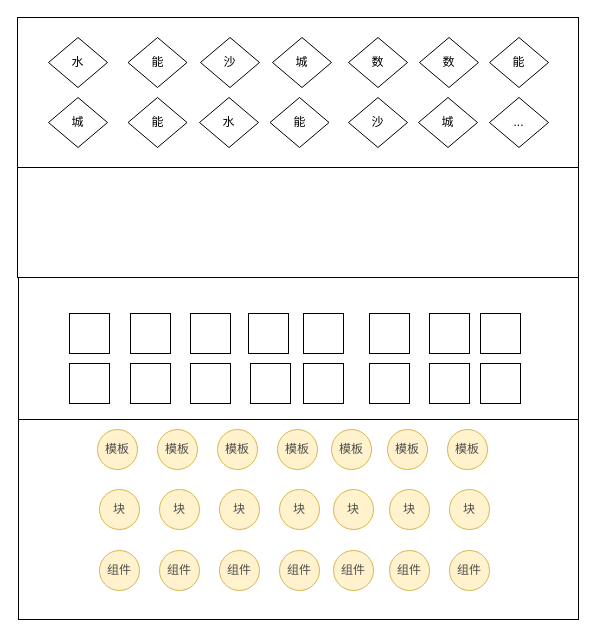
tangyaosimida/love keeps this draw.io diagram as 低代码—预期项目架构.drawio. Above is the earlier version. Source tidied: cells renumbered, new cells numbered last; positions are measured from the earlier drawing's top-left corner, leaving out a move shared by most shapes. Both pictures are drawn from the tidied source at 100%, with x=0, y=0 at pixel (17, 17).
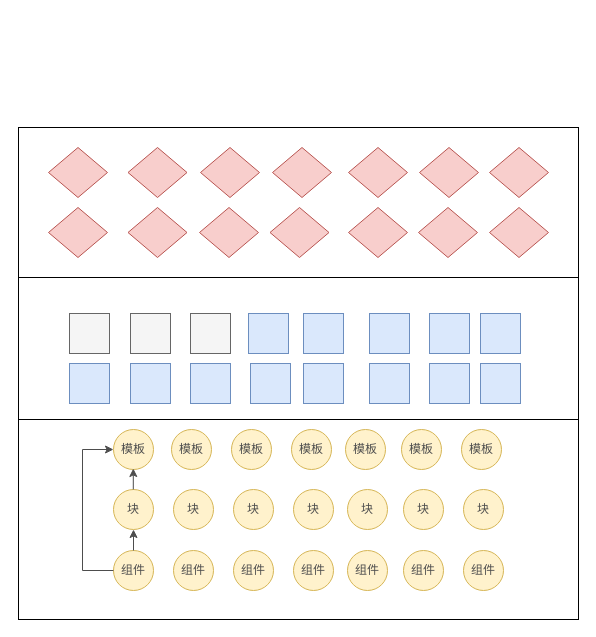
After the change.

Commit message (it also covers changes not shown here):
更新低代码—预期项目架构.drawio

Change to the diagram source:
```diff
@@
     <mxCell id="3" style="rounded=0;whiteSpace=wrap;html=1;" parent="1" vertex="1">
-      <mxGeometry width="561" height="150" as="geometry" />
+      <mxGeometry x="1" y="110" width="560" height="150" as="geometry" />
     </mxCell>
@@
     <mxCell id="5" value="组件" style="ellipse;whiteSpace=wrap;html=1;fillColor=#fff2cc;strokeColor=#d6b656;fontColor=#4D4D4D;" parent="1" vertex="1">
-      <mxGeometry x="82" y="533" width="40" height="40" as="geometry" />
+      <mxGeometry x="96" y="533" width="40" height="40" as="geometry" />
     </mxCell>
     <mxCell id="6" value="组件" style="ellipse;whiteSpace=wrap;html=1;fillColor=#fff2cc;strokeColor=#d6b656;fontColor=#4D4D4D;" parent="1" vertex="1">
-      <mxGeometry x="142" y="533" width="40" height="40" as="geometry" />
+      <mxGeometry x="156" y="533" width="40" height="40" as="geometry" />
     </mxCell>
     <mxCell id="7" value="组件" style="ellipse;whiteSpace=wrap;html=1;fillColor=#fff2cc;strokeColor=#d6b656;fontColor=#4D4D4D;" parent="1" vertex="1">
-      <mxGeometry x="202" y="533" width="40" height="40" as="geometry" />
+      <mxGeometry x="216" y="533" width="40" height="40" as="geometry" />
     </mxCell>
     <mxCell id="8" value="组件" style="ellipse;whiteSpace=wrap;html=1;fillColor=#fff2cc;strokeColor=#d6b656;fontColor=#4D4D4D;" parent="1" vertex="1">
-      <mxGeometry x="262" y="533" width="40" height="40" as="geometry" />
+      <mxGeometry x="276" y="533" width="40" height="40" as="geometry" />
     </mxCell>
     <mxCell id="9" value="组件" style="ellipse;whiteSpace=wrap;html=1;fillColor=#fff2cc;strokeColor=#d6b656;fontColor=#4D4D4D;" parent="1" vertex="1">
-      <mxGeometry x="316" y="533" width="40" height="40" as="geometry" />
+      <mxGeometry x="330" y="533" width="40" height="40" as="geometry" />
     </mxCell>
     <mxCell id="10" value="组件" style="ellipse;whiteSpace=wrap;html=1;fillColor=#fff2cc;strokeColor=#d6b656;fontColor=#4D4D4D;" parent="1" vertex="1">
-      <mxGeometry x="372" y="533" width="40" height="40" as="geometry" />
+      <mxGeometry x="386" y="533" width="40" height="40" as="geometry" />
     </mxCell>
     <mxCell id="11" value="组件" style="ellipse;whiteSpace=wrap;html=1;fillColor=#fff2cc;strokeColor=#d6b656;fontColor=#4D4D4D;" parent="1" vertex="1">
-      <mxGeometry x="432" y="533" width="40" height="40" as="geometry" />
+      <mxGeometry x="446" y="533" width="40" height="40" as="geometry" />
     </mxCell>
     <mxCell id="12" value="块" style="ellipse;whiteSpace=wrap;html=1;fillColor=#fff2cc;strokeColor=#d6b656;fontColor=#4D4D4D;" parent="1" vertex="1">
-      <mxGeometry x="82" y="472" width="40" height="40" as="geometry" />
+      <mxGeometry x="96" y="472" width="40" height="40" as="geometry" />
     </mxCell>
     <mxCell id="13" value="块" style="ellipse;whiteSpace=wrap;html=1;fillColor=#fff2cc;strokeColor=#d6b656;fontColor=#4D4D4D;" parent="1" vertex="1">
-      <mxGeometry x="142" y="472" width="40" height="40" as="geometry" />
+      <mxGeometry x="156" y="472" width="40" height="40" as="geometry" />
     </mxCell>
     <mxCell id="14" value="块" style="ellipse;whiteSpace=wrap;html=1;fillColor=#fff2cc;strokeColor=#d6b656;fontColor=#4D4D4D;" parent="1" vertex="1">
-      <mxGeometry x="202" y="472" width="40" height="40" as="geometry" />
+      <mxGeometry x="216" y="472" width="40" height="40" as="geometry" />
     </mxCell>
     <mxCell id="15" value="块" style="ellipse;whiteSpace=wrap;html=1;fillColor=#fff2cc;strokeColor=#d6b656;fontColor=#4D4D4D;" parent="1" vertex="1">
-      <mxGeometry x="262" y="472" width="40" height="40" as="geometry" />
+      <mxGeometry x="276" y="472" width="40" height="40" as="geometry" />
     </mxCell>
     <mxCell id="16" value="块" style="ellipse;whiteSpace=wrap;html=1;fillColor=#fff2cc;strokeColor=#d6b656;fontColor=#4D4D4D;" parent="1" vertex="1">
-      <mxGeometry x="316" y="472" width="40" height="40" as="geometry" />
+      <mxGeometry x="330" y="472" width="40" height="40" as="geometry" />
     </mxCell>
     <mxCell id="17" value="块" style="ellipse;whiteSpace=wrap;html=1;fillColor=#fff2cc;strokeColor=#d6b656;fontColor=#4D4D4D;" parent="1" vertex="1">
-      <mxGeometry x="372" y="472" width="40" height="40" as="geometry" />
+      <mxGeometry x="386" y="472" width="40" height="40" as="geometry" />
     </mxCell>
     <mxCell id="18" value="块" style="ellipse;whiteSpace=wrap;html=1;fillColor=#fff2cc;strokeColor=#d6b656;fontColor=#4D4D4D;" parent="1" vertex="1">
-      <mxGeometry x="432" y="472" width="40" height="40" as="geometry" />
+      <mxGeometry x="446" y="472" width="40" height="40" as="geometry" />
     </mxCell>
     <mxCell id="19" value="模板" style="ellipse;whiteSpace=wrap;html=1;fillColor=#fff2cc;strokeColor=#d6b656;fontColor=#4D4D4D;" parent="1" vertex="1">
-      <mxGeometry x="80" y="412" width="40" height="40" as="geometry" />
+      <mxGeometry x="96" y="412" width="40" height="40" as="geometry" />
     </mxCell>
     <mxCell id="20" value="模板" style="ellipse;whiteSpace=wrap;html=1;fillColor=#fff2cc;strokeColor=#d6b656;fontColor=#4D4D4D;" parent="1" vertex="1">
-      <mxGeometry x="140" y="412" width="40" height="40" as="geometry" />
+      <mxGeometry x="154" y="412" width="40" height="40" as="geometry" />
     </mxCell>
     <mxCell id="21" value="模板" style="ellipse;whiteSpace=wrap;html=1;fillColor=#fff2cc;strokeColor=#d6b656;fontColor=#4D4D4D;" parent="1" vertex="1">
-      <mxGeometry x="200" y="412" width="40" height="40" as="geometry" />
+      <mxGeometry x="214" y="412" width="40" height="40" as="geometry" />
     </mxCell>
     <mxCell id="22" value="模板" style="ellipse;whiteSpace=wrap;html=1;fillColor=#fff2cc;strokeColor=#d6b656;fontColor=#4D4D4D;" parent="1" vertex="1">
-      <mxGeometry x="260" y="412" width="40" height="40" as="geometry" />
+      <mxGeometry x="274" y="412" width="40" height="40" as="geometry" />
     </mxCell>
     <mxCell id="23" value="模板" style="ellipse;whiteSpace=wrap;html=1;fillColor=#fff2cc;strokeColor=#d6b656;fontColor=#4D4D4D;" parent="1" vertex="1">
-      <mxGeometry x="314" y="412" width="40" height="40" as="geometry" />
+      <mxGeometry x="328" y="412" width="40" height="40" as="geometry" />
     </mxCell>
     <mxCell id="24" value="模板" style="ellipse;whiteSpace=wrap;html=1;fillColor=#fff2cc;strokeColor=#d6b656;fontColor=#4D4D4D;" parent="1" vertex="1">
-      <mxGeometry x="370" y="412" width="40" height="40" as="geometry" />
+      <mxGeometry x="384" y="412" width="40" height="40" as="geometry" />
     </mxCell>
     <mxCell id="25" value="模板" style="ellipse;whiteSpace=wrap;html=1;fillColor=#fff2cc;strokeColor=#d6b656;fontColor=#4D4D4D;" parent="1" vertex="1">
-      <mxGeometry x="430" y="412" width="40" height="40" as="geometry" />
+      <mxGeometry x="444" y="412" width="40" height="40" as="geometry" />
     </mxCell>
-    <mxCell id="26" style="whiteSpace=wrap;html=1;" parent="1" vertex="1">
+    <mxCell id="26" style="whiteSpace=wrap;html=1;fillColor=#f5f5f5;fontColor=#333333;strokeColor=#666666;" parent="1" vertex="1">
       <mxGeometry x="52" y="296" width="40" height="40" as="geometry" />
     </mxCell>
-    <mxCell id="27" style="whiteSpace=wrap;html=1;" parent="1" vertex="1">
+    <mxCell id="27" style="whiteSpace=wrap;html=1;fillColor=#f5f5f5;fontColor=#333333;strokeColor=#666666;" parent="1" vertex="1">
       <mxGeometry x="113" y="296" width="40" height="40" as="geometry" />
     </mxCell>
-    <mxCell id="28" style="whiteSpace=wrap;html=1;" parent="1" vertex="1">
+    <mxCell id="28" style="whiteSpace=wrap;html=1;fillColor=#f5f5f5;fontColor=#333333;strokeColor=#666666;" parent="1" vertex="1">
       <mxGeometry x="173" y="296" width="40" height="40" as="geometry" />
     </mxCell>
-    <mxCell id="29" style="whiteSpace=wrap;html=1;" parent="1" vertex="1">
+    <mxCell id="29" style="whiteSpace=wrap;html=1;fillColor=#dae8fc;strokeColor=#6c8ebf;" parent="1" vertex="1">
       <mxGeometry x="231" y="296" width="40" height="40" as="geometry" />
     </mxCell>
-    <mxCell id="30" style="whiteSpace=wrap;html=1;" parent="1" vertex="1">
+    <mxCell id="30" style="whiteSpace=wrap;html=1;fillColor=#dae8fc;strokeColor=#6c8ebf;" parent="1" vertex="1">
       <mxGeometry x="286" y="296" width="40" height="40" as="geometry" />
     </mxCell>
-    <mxCell id="31" style="whiteSpace=wrap;html=1;" parent="1" vertex="1">
+    <mxCell id="31" style="whiteSpace=wrap;html=1;fillColor=#dae8fc;strokeColor=#6c8ebf;" parent="1" vertex="1">
       <mxGeometry x="352" y="296" width="40" height="40" as="geometry" />
     </mxCell>
-    <mxCell id="32" style="whiteSpace=wrap;html=1;" parent="1" vertex="1">
+    <mxCell id="32" style="whiteSpace=wrap;html=1;fillColor=#dae8fc;strokeColor=#6c8ebf;" parent="1" vertex="1">
       <mxGeometry x="412" y="296" width="40" height="40" as="geometry" />
     </mxCell>
-    <mxCell id="33" style="whiteSpace=wrap;html=1;" parent="1" vertex="1">
+    <mxCell id="33" style="whiteSpace=wrap;html=1;fillColor=#dae8fc;strokeColor=#6c8ebf;" parent="1" vertex="1">
       <mxGeometry x="463" y="296" width="40" height="40" as="geometry" />
     </mxCell>
-    <mxCell id="34" style="whiteSpace=wrap;html=1;" parent="1" vertex="1">
+    <mxCell id="34" style="whiteSpace=wrap;html=1;fillColor=#dae8fc;strokeColor=#6c8ebf;" parent="1" vertex="1">
       <mxGeometry x="52" y="346" width="40" height="40" as="geometry" />
     </mxCell>
-    <mxCell id="35" style="whiteSpace=wrap;html=1;" parent="1" vertex="1">
+    <mxCell id="35" style="whiteSpace=wrap;html=1;fillColor=#dae8fc;strokeColor=#6c8ebf;" parent="1" vertex="1">
       <mxGeometry x="113" y="346" width="40" height="40" as="geometry" />
     </mxCell>
-    <mxCell id="36" style="whiteSpace=wrap;html=1;" parent="1" vertex="1">
+    <mxCell id="36" style="whiteSpace=wrap;html=1;fillColor=#dae8fc;strokeColor=#6c8ebf;" parent="1" vertex="1">
       <mxGeometry x="173" y="346" width="40" height="40" as="geometry" />
     </mxCell>
-    <mxCell id="37" style="whiteSpace=wrap;html=1;" parent="1" vertex="1">
+    <mxCell id="37" style="whiteSpace=wrap;html=1;fillColor=#dae8fc;strokeColor=#6c8ebf;" parent="1" vertex="1">
       <mxGeometry x="233" y="346" width="40" height="40" as="geometry" />
     </mxCell>
-    <mxCell id="38" style="whiteSpace=wrap;html=1;" parent="1" vertex="1">
+    <mxCell id="38" style="whiteSpace=wrap;html=1;fillColor=#dae8fc;strokeColor=#6c8ebf;" parent="1" vertex="1">
       <mxGeometry x="286" y="346" width="40" height="40" as="geometry" />
     </mxCell>
-    <mxCell id="39" style="whiteSpace=wrap;html=1;" parent="1" vertex="1">
+    <mxCell id="39" style="whiteSpace=wrap;html=1;fillColor=#dae8fc;strokeColor=#6c8ebf;" parent="1" vertex="1">
       <mxGeometry x="352" y="346" width="40" height="40" as="geometry" />
     </mxCell>
-    <mxCell id="40" style="whiteSpace=wrap;html=1;" parent="1" vertex="1">
+    <mxCell id="40" style="whiteSpace=wrap;html=1;fillColor=#dae8fc;strokeColor=#6c8ebf;" parent="1" vertex="1">
       <mxGeometry x="412" y="346" width="40" height="40" as="geometry" />
     </mxCell>
-    <mxCell id="41" style="whiteSpace=wrap;html=1;" parent="1" vertex="1">
+    <mxCell id="41" style="whiteSpace=wrap;html=1;fillColor=#dae8fc;strokeColor=#6c8ebf;" parent="1" vertex="1">
       <mxGeometry x="463" y="346" width="40" height="40" as="geometry" />
     </mxCell>
-    <mxCell id="42" value="水" style="rhombus;whiteSpace=wrap;html=1;" parent="1" vertex="1">
-      <mxGeometry x="31" y="20" width="59" height="50" as="geometry" />
+    <mxCell id="42" style="rhombus;whiteSpace=wrap;html=1;fillColor=#f8cecc;strokeColor=#b85450;" parent="1" vertex="1">
+      <mxGeometry x="31" y="130" width="59" height="50" as="geometry" />
     </mxCell>
-    <mxCell id="43" value="沙" style="rhombus;whiteSpace=wrap;html=1;" parent="1" vertex="1">
-      <mxGeometry x="183" y="20" width="59" height="50" as="geometry" />
+    <mxCell id="43" style="rhombus;whiteSpace=wrap;html=1;fillColor=#f8cecc;strokeColor=#b85450;" parent="1" vertex="1">
+      <mxGeometry x="183" y="130" width="59" height="50" as="geometry" />
     </mxCell>
-    <mxCell id="44" value="能" style="rhombus;whiteSpace=wrap;html=1;" parent="1" vertex="1">
-      <mxGeometry x="110.5" y="20" width="59" height="50" as="geometry" />
+    <mxCell id="44" style="rhombus;whiteSpace=wrap;html=1;fillColor=#f8cecc;strokeColor=#b85450;" parent="1" vertex="1">
+      <mxGeometry x="110.5" y="130" width="59" height="50" as="geometry" />
     </mxCell>
-    <mxCell id="45" value="城" style="rhombus;whiteSpace=wrap;html=1;" parent="1" vertex="1">
-      <mxGeometry x="255" y="20" width="59" height="50" as="geometry" />
+    <mxCell id="45" style="rhombus;whiteSpace=wrap;html=1;fillColor=#f8cecc;strokeColor=#b85450;" parent="1" vertex="1">
+      <mxGeometry x="255" y="130" width="59" height="50" as="geometry" />
     </mxCell>
-    <mxCell id="46" value="数" style="rhombus;whiteSpace=wrap;html=1;" parent="1" vertex="1">
-      <mxGeometry x="331" y="20" width="59" height="50" as="geometry" />
+    <mxCell id="46" style="rhombus;whiteSpace=wrap;html=1;fillColor=#f8cecc;strokeColor=#b85450;" parent="1" vertex="1">
+      <mxGeometry x="331" y="130" width="59" height="50" as="geometry" />
     </mxCell>
-    <mxCell id="47" value="数" style="rhombus;whiteSpace=wrap;html=1;" parent="1" vertex="1">
-      <mxGeometry x="402" y="20" width="59" height="50" as="geometry" />
+    <mxCell id="47" style="rhombus;whiteSpace=wrap;html=1;fillColor=#f8cecc;strokeColor=#b85450;" parent="1" vertex="1">
+      <mxGeometry x="402" y="130" width="59" height="50" as="geometry" />
     </mxCell>
-    <mxCell id="48" value="能" style="rhombus;whiteSpace=wrap;html=1;" parent="1" vertex="1">
-      <mxGeometry x="472" y="20" width="59" height="50" as="geometry" />
+    <mxCell id="48" style="rhombus;whiteSpace=wrap;html=1;fillColor=#f8cecc;strokeColor=#b85450;" parent="1" vertex="1">
+      <mxGeometry x="472" y="130" width="59" height="50" as="geometry" />
     </mxCell>
-    <mxCell id="49" value="&lt;span style=&quot;font-weight: normal;&quot;&gt;城&lt;/span&gt;" style="rhombus;whiteSpace=wrap;html=1;fontStyle=1;" parent="1" vertex="1">
-      <mxGeometry x="31" y="80" width="59" height="50" as="geometry" />
+    <mxCell id="49" style="rhombus;whiteSpace=wrap;html=1;fontStyle=1;fillColor=#f8cecc;strokeColor=#b85450;" parent="1" vertex="1">
+      <mxGeometry x="31" y="190" width="59" height="50" as="geometry" />
     </mxCell>
-    <mxCell id="50" value="能" style="rhombus;whiteSpace=wrap;html=1;" parent="1" vertex="1">
-      <mxGeometry x="110.5" y="80" width="59" height="50" as="geometry" />
+    <mxCell id="50" style="rhombus;whiteSpace=wrap;html=1;fillColor=#f8cecc;strokeColor=#b85450;" parent="1" vertex="1">
+      <mxGeometry x="110.5" y="190" width="59" height="50" as="geometry" />
     </mxCell>
-    <mxCell id="51" value="水" style="rhombus;whiteSpace=wrap;html=1;" parent="1" vertex="1">
-      <mxGeometry x="182" y="80" width="59" height="50" as="geometry" />
+    <mxCell id="51" style="rhombus;whiteSpace=wrap;html=1;fillColor=#f8cecc;strokeColor=#b85450;" parent="1" vertex="1">
+      <mxGeometry x="182" y="190" width="59" height="50" as="geometry" />
     </mxCell>
-    <mxCell id="52" value="能" style="rhombus;whiteSpace=wrap;html=1;" parent="1" vertex="1">
-      <mxGeometry x="252.5" y="80" width="59" height="50" as="geometry" />
+    <mxCell id="52" style="rhombus;whiteSpace=wrap;html=1;fillColor=#f8cecc;strokeColor=#b85450;" parent="1" vertex="1">
+      <mxGeometry x="252.5" y="190" width="59" height="50" as="geometry" />
     </mxCell>
-    <mxCell id="53" value="沙" style="rhombus;whiteSpace=wrap;html=1;" parent="1" vertex="1">
-      <mxGeometry x="331" y="80" width="59" height="50" as="geometry" />
+    <mxCell id="53" style="rhombus;whiteSpace=wrap;html=1;fillColor=#f8cecc;strokeColor=#b85450;" parent="1" vertex="1">
+      <mxGeometry x="331" y="190" width="59" height="50" as="geometry" />
     </mxCell>
-    <mxCell id="54" value="城" style="rhombus;whiteSpace=wrap;html=1;" parent="1" vertex="1">
-      <mxGeometry x="401" y="80" width="59" height="50" as="geometry" />
+    <mxCell id="54" style="rhombus;whiteSpace=wrap;html=1;fillColor=#f8cecc;strokeColor=#b85450;" parent="1" vertex="1">
+      <mxGeometry x="401" y="190" width="59" height="50" as="geometry" />
     </mxCell>
-    <mxCell id="55" value="..." style="rhombus;whiteSpace=wrap;html=1;" parent="1" vertex="1">
-      <mxGeometry x="472" y="80" width="59" height="50" as="geometry" />
+    <mxCell id="55" style="rhombus;whiteSpace=wrap;html=1;fillColor=#f8cecc;strokeColor=#b85450;" parent="1" vertex="1">
+      <mxGeometry x="472" y="190" width="59" height="50" as="geometry" />
     </mxCell>
-    <mxCell id="56" style="rounded=0;whiteSpace=wrap;html=1;" parent="1" vertex="1">
-      <mxGeometry y="150" width="561" height="110" as="geometry" />
-    </mxCell>
+    <mxCell id="57" style="endArrow=classic;html=1;rounded=0;entryX=0.5;entryY=1;entryDx=0;entryDy=0;exitX=0.5;exitY=0;exitDx=0;exitDy=0;fontColor=#4D4D4D;strokeColor=#4D4D4D;" parent="1" edge="1" source="5" target="12">
+      <mxGeometry relative="1" as="geometry" />
+    </mxCell>
+    <mxCell id="58" style="endArrow=classic;html=1;rounded=0;entryX=0.5;entryY=1;entryDx=0;entryDy=0;exitX=0.5;exitY=0;exitDx=0;exitDy=0;fontColor=#4D4D4D;strokeColor=#4D4D4D;" parent="1" edge="1">
+      <mxGeometry relative="1" as="geometry">
+        <mxPoint x="115.8" y="472" as="sourcePoint" />
+        <mxPoint x="115.8" y="451" as="targetPoint" />
+      </mxGeometry>
+    </mxCell>
+    <mxCell id="59" style="endArrow=classic;html=1;rounded=0;entryX=0;entryY=0.5;entryDx=0;entryDy=0;fontColor=#4D4D4D;strokeColor=#4D4D4D;" parent="1" edge="1" target="19">
+      <mxGeometry relative="1" as="geometry">
+        <mxPoint x="96" y="553" as="sourcePoint" />
+        <Array as="points">
+          <mxPoint x="65" y="553" />
+          <mxPoint x="65" y="432" />
+        </Array>
+      </mxGeometry>
+    </mxCell>
```
